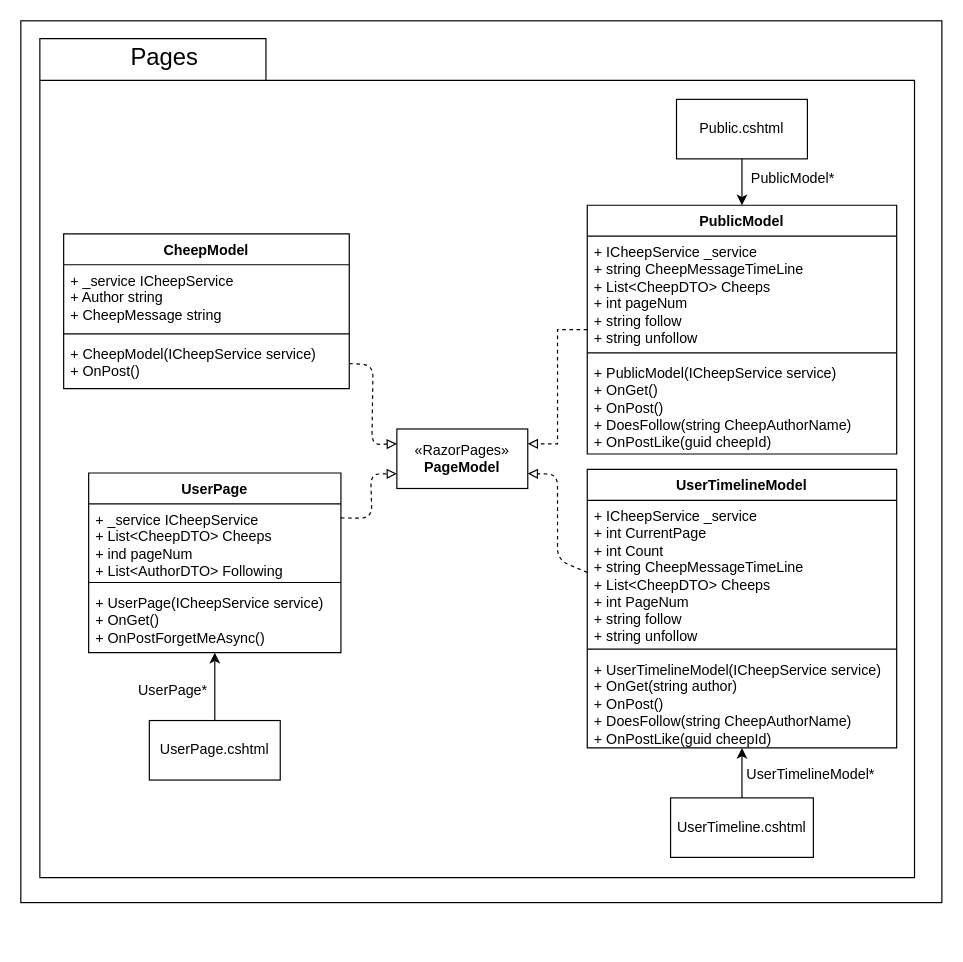
ITU-BDSA23-GROUP4/Chirp keeps this draw.io diagram as Docs/Images/PackagesUMLClassDiagrams/PackagePagesUMLDiagram.drawio. Above is the earlier version. Source tidied: cells renumbered, new cells numbered last; positions are measured from the earlier drawing's top-left corner, leaving out a move shared by most shapes. Both pictures are drawn from the tidied source at 119%, with x=0, y=0 at pixel (20, 20).
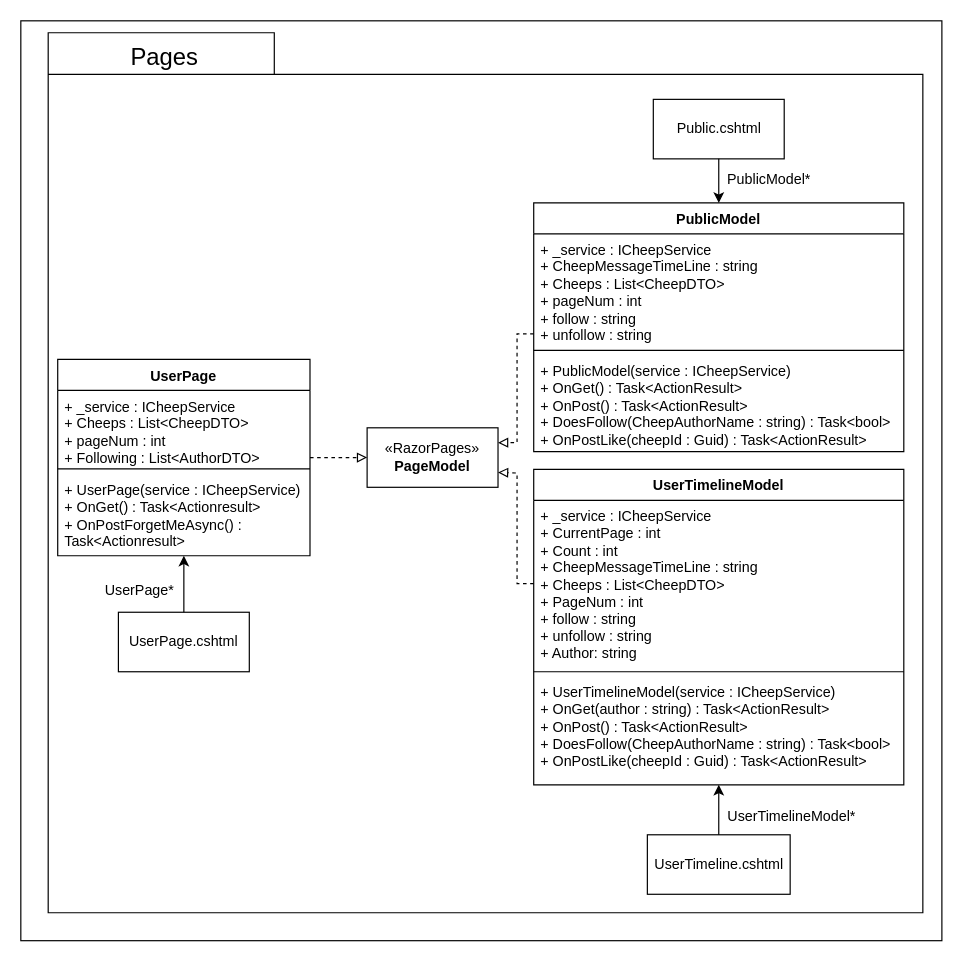
The same page after the edit.

Commit message (it also covers changes not shown here):
Corrected notion in Chrip.Razor.Pages package UML diagram. Deleted now outdated and unused full diagram

What changed in the source:
```diff
@@
     <mxCell id="2" style="rounded=0;whiteSpace=wrap;html=1;fillColor=none;" parent="1" vertex="1">
-      <mxGeometry width="774" height="741" as="geometry" />
+      <mxGeometry width="774" height="773" as="geometry" />
     </mxCell>
     <mxCell id="3" style="shape=folder;fontStyle=1;spacingTop=10;tabWidth=190;tabHeight=35;tabPosition=left;html=1;fillColor=none;strokeColor=#000000;" parent="1" vertex="1">
-      <mxGeometry x="16" y="15" width="735" height="705" as="geometry" />
+      <mxGeometry x="23" y="10" width="735" height="739.5" as="geometry" />
     </mxCell>
@@
     <mxCell id="6" value="&lt;font color=&quot;#000000&quot;&gt;Public.cshtml&lt;/font&gt;" style="html=1;whiteSpace=wrap;strokeColor=#000000;fillColor=none;" parent="1" vertex="1">
-      <mxGeometry x="551" y="66" width="110" height="50" as="geometry" />
+      <mxGeometry x="531.5" y="66" width="110" height="50" as="geometry" />
     </mxCell>
@@
     <mxCell id="8" value="&lt;font color=&quot;#000000&quot;&gt;UserPage.cshtml&lt;/font&gt;" style="html=1;whiteSpace=wrap;fillColor=none;strokeColor=#000000;" parent="1" vertex="1">
-      <mxGeometry x="108" y="588" width="110" height="50" as="geometry" />
+      <mxGeometry x="82" y="497" width="110" height="50" as="geometry" />
     </mxCell>
@@
     <mxCell id="10" value="&lt;font color=&quot;#000000&quot;&gt;UserTimeline.cshtml&lt;/font&gt;" style="html=1;whiteSpace=wrap;fillColor=none;strokeColor=#000000;" parent="1" vertex="1">
-      <mxGeometry x="546" y="653" width="120" height="50" as="geometry" />
+      <mxGeometry x="526.5" y="684" width="120" height="50" as="geometry" />
     </mxCell>
-    <mxCell id="11" value="&lt;font color=&quot;#000000&quot;&gt;CheepModel&lt;/font&gt;" style="swimlane;fontStyle=1;align=center;verticalAlign=top;horizontal=1;startSize=26;whiteSpace=wrap;html=1;strokeColor=#000000;fillColor=none;" parent="1" vertex="1">
-      <mxGeometry x="36" y="179" width="240" height="130" as="geometry" />
-    </mxCell>
-    <mxCell id="12" value="&lt;font color=&quot;#000000&quot;&gt;+ _service ICheepService&lt;br&gt;+ Author string&lt;br&gt;+ CheepMessage string&lt;/font&gt;" style="text;strokeColor=none;fillColor=none;align=left;verticalAlign=top;spacingLeft=4;spacingRight=4;overflow=hidden;whiteSpace=wrap;html=1;" parent="11" vertex="1">
-      <mxGeometry y="26" width="240" height="54" as="geometry" />
-    </mxCell>
-    <mxCell id="13" style="line;strokeWidth=1;fillColor=none;align=left;verticalAlign=middle;spacingTop=-1;spacingLeft=3;spacingRight=3;labelPosition=right;strokeColor=inherit;" parent="11" vertex="1">
-      <mxGeometry y="80" width="240" height="8" as="geometry" />
-    </mxCell>
-    <mxCell id="14" value="&lt;font color=&quot;#000000&quot;&gt;+ CheepModel(ICheepService service)&lt;br&gt;+ OnPost()&lt;/font&gt;" style="text;strokeColor=none;fillColor=none;align=left;verticalAlign=top;spacingLeft=4;spacingRight=4;overflow=hidden;points=[[0,0.5],[1,0.5]];portConstraint=eastwest;whiteSpace=wrap;html=1;" parent="11" vertex="1">
-      <mxGeometry y="88" width="240" height="42" as="geometry" />
-    </mxCell>
-    <mxCell id="15" style="edgeStyle=none;html=1;exitX=1;exitY=0.25;exitDx=0;exitDy=0;entryX=0;entryY=0.75;entryDx=0;entryDy=0;strokeColor=#000000;endArrow=block;endFill=0;dashed=1;" parent="1" edge="1" source="16" target="24">
-      <mxGeometry relative="1" as="geometry">
-        <Array as="points">
-          <mxPoint x="295" y="418" />
-          <mxPoint x="294" y="381" />
-        </Array>
-      </mxGeometry>
+    <mxCell id="15" style="edgeStyle=none;html=1;entryX=0;entryY=0.5;entryDx=0;entryDy=0;dashed=1;strokeColor=#000000;endArrow=block;endFill=0;" parent="1" edge="1" source="16" target="24">
+      <mxGeometry relative="1" as="geometry" />
     </mxCell>
     <mxCell id="16" value="&lt;font color=&quot;#000000&quot;&gt;UserPage&lt;/font&gt;" style="swimlane;fontStyle=1;align=center;verticalAlign=top;horizontal=1;startSize=26;whiteSpace=wrap;html=1;fillColor=none;strokeColor=#000000;" parent="1" vertex="1">
-      <mxGeometry x="57" y="380" width="212" height="151" as="geometry" />
+      <mxGeometry x="31" y="284.5" width="212" height="165" as="geometry" />
     </mxCell>
-    <mxCell id="17" value="&lt;font color=&quot;#000000&quot;&gt;+ _service ICheepService&lt;br&gt;+ List&amp;lt;CheepDTO&amp;gt; Cheeps&lt;br&gt;+ ind pageNum&lt;br&gt;+ List&amp;lt;AuthorDTO&amp;gt; Following&lt;br&gt;&lt;/font&gt;" style="text;strokeColor=none;fillColor=none;align=left;verticalAlign=top;spacingLeft=4;spacingRight=4;overflow=hidden;whiteSpace=wrap;html=1;" parent="16" vertex="1">
+    <mxCell id="17" value="&lt;font color=&quot;#000000&quot;&gt;+ _service : ICheepService&lt;br&gt;+ Cheeps : List&amp;lt;CheepDTO&amp;gt;&lt;br&gt;+ pageNum : int&lt;br&gt;+ Following : List&amp;lt;AuthorDTO&amp;gt;&lt;br&gt;&lt;/font&gt;" style="text;strokeColor=none;fillColor=none;align=left;verticalAlign=top;spacingLeft=4;spacingRight=4;overflow=hidden;whiteSpace=wrap;html=1;" parent="16" vertex="1">
       <mxGeometry y="26" width="212" height="62" as="geometry" />
     </mxCell>
@@
-    <mxCell id="19" value="&lt;font color=&quot;#000000&quot;&gt;+ UserPage(ICheepService service)&lt;br&gt;+ OnGet()&lt;br&gt;+ OnPostForgetMeAsync()&lt;br&gt;&lt;/font&gt;" style="text;strokeColor=none;fillColor=none;align=left;verticalAlign=top;spacingLeft=4;spacingRight=4;overflow=hidden;points=[[0,0.5],[1,0.5]];portConstraint=eastwest;whiteSpace=wrap;html=1;" parent="16" vertex="1">
-      <mxGeometry y="96" width="212" height="55" as="geometry" />
+    <mxCell id="19" value="&lt;font color=&quot;#000000&quot;&gt;+ UserPage(service : ICheepService)&lt;br&gt;+ OnGet() : Task&amp;lt;Actionresult&amp;gt;&lt;br&gt;+ OnPostForgetMeAsync() : Task&amp;lt;Actionresult&amp;gt;&lt;br&gt;&lt;/font&gt;" style="text;strokeColor=none;fillColor=none;align=left;verticalAlign=top;spacingLeft=4;spacingRight=4;overflow=hidden;points=[[0,0.5],[1,0.5]];portConstraint=eastwest;whiteSpace=wrap;html=1;" parent="16" vertex="1">
+      <mxGeometry y="96" width="212" height="69" as="geometry" />
     </mxCell>
     <mxCell id="20" value="&lt;font color=&quot;#000000&quot;&gt;UserTimelineModel&lt;/font&gt;" style="swimlane;fontStyle=1;align=center;verticalAlign=top;horizontal=1;startSize=26;whiteSpace=wrap;html=1;strokeColor=#000000;fillColor=none;" parent="1" vertex="1">
-      <mxGeometry x="476" y="377" width="260" height="234" as="geometry" />
+      <mxGeometry x="431" y="377" width="311" height="265" as="geometry" />
     </mxCell>
-    <mxCell id="21" value="&lt;font color=&quot;#000000&quot;&gt;+&amp;nbsp;&lt;/font&gt;&lt;span style=&quot;color: rgb(0, 0, 0);&quot;&gt;ICheepService&amp;nbsp;&lt;/span&gt;&lt;font color=&quot;#000000&quot;&gt;_service&lt;br&gt;+ int CurrentPage&lt;br&gt;+ int Count&lt;br&gt;+ string CheepMessageTimeLine&lt;br&gt;+ List&amp;lt;CheepDTO&amp;gt; Cheeps&lt;br&gt;+ int PageNum&lt;br&gt;+ string follow&lt;br&gt;+ string unfollow&lt;br&gt;&lt;/font&gt;" style="text;strokeColor=none;fillColor=none;align=left;verticalAlign=top;spacingLeft=4;spacingRight=4;overflow=hidden;points=[[0,0.5],[1,0.5]];portConstraint=eastwest;whiteSpace=wrap;html=1;" parent="20" vertex="1">
-      <mxGeometry y="26" width="260" height="121" as="geometry" />
+    <mxCell id="21" value="&lt;font color=&quot;#000000&quot;&gt;+&amp;nbsp;&lt;/font&gt;&lt;font color=&quot;#000000&quot;&gt;_service : ICheepService&lt;br&gt;+ CurrentPage : int&lt;br&gt;+ Count : int&lt;br&gt;+ CheepMessageTimeLine : string&lt;br&gt;+ Cheeps : List&amp;lt;CheepDTO&amp;gt;&lt;br&gt;+ PageNum : int&lt;br&gt;+ follow : string&lt;br&gt;+ unfollow : string&lt;br&gt;+ Author: string&lt;br&gt;&lt;/font&gt;" style="text;strokeColor=none;fillColor=none;align=left;verticalAlign=top;spacingLeft=4;spacingRight=4;overflow=hidden;points=[[0,0.5],[1,0.5]];portConstraint=eastwest;whiteSpace=wrap;html=1;" parent="20" vertex="1">
+      <mxGeometry y="26" width="311" height="140" as="geometry" />
     </mxCell>
     <mxCell id="22" style="line;strokeWidth=1;fillColor=none;align=left;verticalAlign=middle;spacingTop=-1;spacingLeft=3;spacingRight=3;labelPosition=right;strokeColor=inherit;" parent="20" vertex="1">
-      <mxGeometry y="147" width="260" height="8" as="geometry" />
+      <mxGeometry y="166" width="311" height="8" as="geometry" />
     </mxCell>
-    <mxCell id="23" value="&lt;font color=&quot;#000000&quot;&gt;+ UserTimelineModel(ICheepService service)&lt;br&gt;+ OnGet(string author)&lt;br&gt;+ OnPost()&lt;br&gt;+ DoesFollow(string CheepAuthorName)&lt;br&gt;+ OnPostLike(guid cheepId)&lt;br&gt;&lt;/font&gt;" style="text;strokeColor=none;fillColor=none;align=left;verticalAlign=top;spacingLeft=4;spacingRight=4;overflow=hidden;points=[[0,0.5],[1,0.5]];portConstraint=eastwest;whiteSpace=wrap;html=1;" parent="20" vertex="1">
-      <mxGeometry y="155" width="260" height="79" as="geometry" />
+    <mxCell id="23" value="&lt;font color=&quot;#000000&quot;&gt;+ UserTimelineModel(service :&amp;nbsp;&lt;/font&gt;&lt;span style=&quot;color: rgb(0, 0, 0);&quot;&gt;ICheepService&lt;/span&gt;&lt;font color=&quot;#000000&quot;&gt;)&lt;br&gt;+ OnGet(author : string) : Task&amp;lt;ActionResult&amp;gt;&lt;br&gt;+ OnPost() : Task&amp;lt;ActionResult&amp;gt;&lt;br&gt;+ DoesFollow(CheepAuthorName : string) : Task&amp;lt;bool&amp;gt;&lt;br&gt;+ OnPostLike(cheepId : Guid) : Task&amp;lt;ActionResult&amp;gt;&lt;br&gt;&lt;/font&gt;" style="text;strokeColor=none;fillColor=none;align=left;verticalAlign=top;spacingLeft=4;spacingRight=4;overflow=hidden;points=[[0,0.5],[1,0.5]];portConstraint=eastwest;whiteSpace=wrap;html=1;" parent="20" vertex="1">
+      <mxGeometry y="174" width="311" height="91" as="geometry" />
     </mxCell>
     <mxCell id="24" value="&lt;font color=&quot;#000000&quot;&gt;«RazorPages»&lt;br&gt;&lt;b&gt;PageModel&lt;/b&gt;&lt;/font&gt;" style="html=1;whiteSpace=wrap;fillColor=none;strokeColor=#000000;" parent="1" vertex="1">
-      <mxGeometry x="316" y="343" width="110" height="50" as="geometry" />
+      <mxGeometry x="291" y="342" width="110" height="50" as="geometry" />
     </mxCell>
     <mxCell id="25" style="edgeStyle=orthogonalEdgeStyle;rounded=0;jettySize=auto;html=1;entryX=1;entryY=0.25;entryDx=0;entryDy=0;endArrow=block;endFill=0;strokeColor=#000000;dashed=1;" parent="1" edge="1" source="26" target="24">
-      <mxGeometry relative="1" as="geometry" />
+      <mxGeometry relative="1" as="geometry">
+        <Array as="points">
+          <mxPoint x="417" y="263" />
+          <mxPoint x="417" y="355" />
+        </Array>
+      </mxGeometry>
     </mxCell>
     <mxCell id="26" value="&lt;font color=&quot;#000000&quot;&gt;PublicModel&lt;/font&gt;" style="swimlane;fontStyle=1;align=center;verticalAlign=top;horizontal=1;startSize=26;whiteSpace=wrap;html=1;strokeColor=#000000;fillColor=none;" parent="1" vertex="1">
-      <mxGeometry x="476" y="155" width="260" height="209" as="geometry" />
+      <mxGeometry x="431" y="153" width="311" height="209" as="geometry" />
     </mxCell>
-    <mxCell id="27" value="&lt;font color=&quot;#000000&quot;&gt;+&amp;nbsp;&lt;/font&gt;&lt;span style=&quot;color: rgb(0, 0, 0);&quot;&gt;ICheepService&amp;nbsp;&lt;/span&gt;&lt;font color=&quot;#000000&quot;&gt;_service&lt;br&gt;+&amp;nbsp;&lt;/font&gt;&lt;span style=&quot;color: rgb(0, 0, 0);&quot;&gt;string&amp;nbsp;&lt;/span&gt;&lt;font color=&quot;#000000&quot;&gt;CheepMessageTimeLine&lt;br&gt;+ List&amp;lt;CheepDTO&amp;gt; Cheeps&lt;br&gt;+ int pageNum&lt;br&gt;+ string follow&lt;br&gt;+ string unfollow&lt;br&gt;&lt;/font&gt;" style="text;strokeColor=none;fillColor=none;align=left;verticalAlign=top;spacingLeft=4;spacingRight=4;overflow=hidden;whiteSpace=wrap;html=1;" parent="26" vertex="1">
-      <mxGeometry y="26" width="260" height="94" as="geometry" />
+    <mxCell id="27" value="&lt;font color=&quot;#000000&quot;&gt;+&amp;nbsp;&lt;/font&gt;&lt;font color=&quot;#000000&quot;&gt;_service :&amp;nbsp;&lt;/font&gt;&lt;span style=&quot;color: rgb(0, 0, 0);&quot;&gt;ICheepService&lt;/span&gt;&lt;font color=&quot;#000000&quot;&gt;&lt;br&gt;+&amp;nbsp;&lt;/font&gt;&lt;font color=&quot;#000000&quot;&gt;CheepMessageTimeLine :&amp;nbsp;&lt;/font&gt;&lt;span style=&quot;color: rgb(0, 0, 0);&quot;&gt;string&lt;/span&gt;&lt;font color=&quot;#000000&quot;&gt;&lt;br&gt;+ Cheeps : List&amp;lt;CheepDTO&amp;gt;&lt;br&gt;+ pageNum : int&lt;br&gt;+ follow : string&lt;br&gt;+ unfollow : string&lt;br&gt;&lt;/font&gt;" style="text;strokeColor=none;fillColor=none;align=left;verticalAlign=top;spacingLeft=4;spacingRight=4;overflow=hidden;whiteSpace=wrap;html=1;" parent="26" vertex="1">
+      <mxGeometry y="26" width="311" height="94" as="geometry" />
     </mxCell>
     <mxCell id="28" style="line;strokeWidth=1;fillColor=none;align=left;verticalAlign=middle;spacingTop=-1;spacingLeft=3;spacingRight=3;labelPosition=right;strokeColor=inherit;" parent="26" vertex="1">
-      <mxGeometry y="120" width="260" height="8" as="geometry" />
+      <mxGeometry y="120" width="311" height="8" as="geometry" />
     </mxCell>
-    <mxCell id="29" value="&lt;font color=&quot;#000000&quot;&gt;+ PublicModel(ICheepService service)&lt;br&gt;+ OnGet()&lt;br&gt;+ OnPost()&lt;br&gt;+ DoesFollow(string CheepAuthorName)&lt;br&gt;+ OnPostLike(guid cheepId)&lt;br&gt;&lt;/font&gt;" style="text;strokeColor=none;fillColor=none;align=left;verticalAlign=top;spacingLeft=4;spacingRight=4;overflow=hidden;whiteSpace=wrap;html=1;" parent="26" vertex="1">
-      <mxGeometry y="128" width="260" height="81" as="geometry" />
+    <mxCell id="29" value="&lt;font color=&quot;#000000&quot;&gt;+ PublicModel(service :&amp;nbsp;&lt;/font&gt;&lt;span style=&quot;color: rgb(0, 0, 0);&quot;&gt;ICheepService&lt;/span&gt;&lt;font color=&quot;#000000&quot;&gt;)&lt;br&gt;+ OnGet() : Task&amp;lt;ActionResult&amp;gt;&lt;br&gt;+ OnPost() : Task&amp;lt;ActionResult&amp;gt;&lt;br&gt;+ DoesFollow(CheepAuthorName : string) : Task&amp;lt;bool&amp;gt;&lt;br&gt;+ OnPostLike(cheepId : Guid) : Task&amp;lt;ActionResult&amp;gt;&lt;br&gt;&lt;/font&gt;" style="text;strokeColor=none;fillColor=none;align=left;verticalAlign=top;spacingLeft=4;spacingRight=4;overflow=hidden;whiteSpace=wrap;html=1;" parent="26" vertex="1">
+      <mxGeometry y="128" width="311" height="81" as="geometry" />
     </mxCell>
     <mxCell id="30" value="&lt;font color=&quot;#000000&quot;&gt;UserPage*&lt;/font&gt;" style="text;html=1;strokeColor=none;fillColor=none;align=center;verticalAlign=middle;whiteSpace=wrap;rounded=0;" parent="1" vertex="1">
-      <mxGeometry x="98" y="548" width="60" height="30" as="geometry" />
+      <mxGeometry x="70" y="464" width="60" height="30" as="geometry" />
     </mxCell>
     <mxCell id="31" value="&lt;font color=&quot;#000000&quot;&gt;UserTimelineModel*&lt;/font&gt;" style="text;html=1;strokeColor=none;fillColor=none;align=center;verticalAlign=middle;whiteSpace=wrap;rounded=0;" parent="1" vertex="1">
-      <mxGeometry x="634" y="619" width="60" height="30" as="geometry" />
+      <mxGeometry x="618" y="654" width="60" height="30" as="geometry" />
     </mxCell>
     <mxCell id="32" value="&lt;font color=&quot;#000000&quot;&gt;PublicModel*&lt;/font&gt;" style="text;html=1;strokeColor=none;fillColor=none;align=center;verticalAlign=middle;whiteSpace=wrap;rounded=0;" parent="1" vertex="1">
-      <mxGeometry x="619" y="118" width="60" height="30" as="geometry" />
+      <mxGeometry x="599" y="119" width="60" height="30" as="geometry" />
     </mxCell>
-    <mxCell id="33" style="edgeStyle=none;html=1;exitX=1;exitY=0.5;exitDx=0;exitDy=0;entryX=0;entryY=0.25;entryDx=0;entryDy=0;strokeColor=#000000;endArrow=block;endFill=0;dashed=1;" parent="1" edge="1" source="14" target="24">
-      <mxGeometry relative="1" as="geometry">
-        <Array as="points">
-          <mxPoint x="296" y="289" />
-          <mxPoint x="295" y="356" />
-        </Array>
-      </mxGeometry>
-    </mxCell>
-    <mxCell id="34" style="edgeStyle=none;html=1;exitX=0;exitY=0.5;exitDx=0;exitDy=0;entryX=1;entryY=0.75;entryDx=0;entryDy=0;strokeColor=#000000;endArrow=block;endFill=0;dashed=1;" parent="1" edge="1" source="21" target="24">
+    <mxCell id="34" style="edgeStyle=none;html=1;exitX=0;exitY=0.5;exitDx=0;exitDy=0;entryX=1;entryY=0.75;entryDx=0;entryDy=0;strokeColor=#000000;endArrow=block;endFill=0;dashed=1;rounded=0;" parent="1" edge="1" source="21" target="24">
       <mxGeometry relative="1" as="geometry">
         <Array as="points">
-          <mxPoint x="451" y="453" />
-          <mxPoint x="451" y="381" />
+          <mxPoint x="417" y="473" />
+          <mxPoint x="417" y="380" />
         </Array>
       </mxGeometry>
     </mxCell>
```
